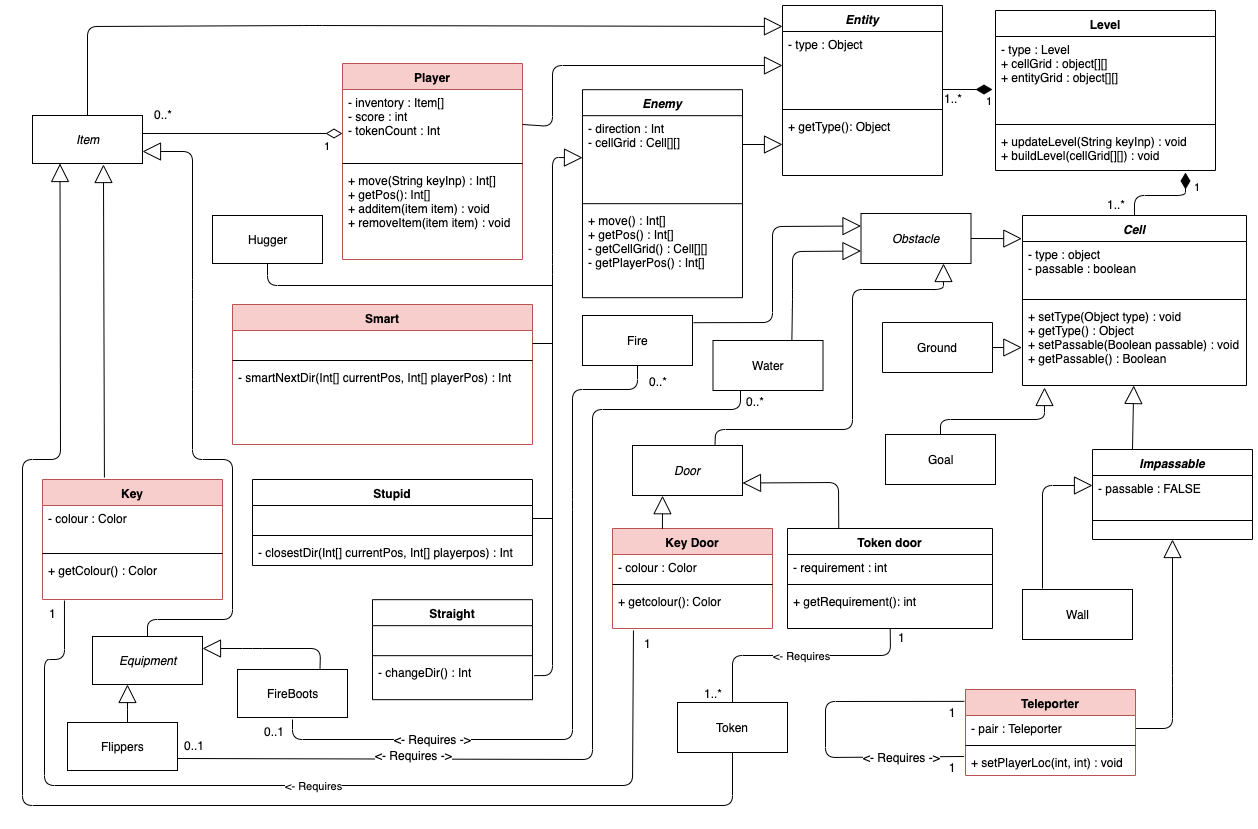
Earlier version of the draw.io export Design Documents/UML_Full.png (ChuksAjeh/CS-230). Source tidied: cells renumbered, new cells last; positions are measured from the earlier drawing's top-left corner, leaving out a move shared by most shapes.
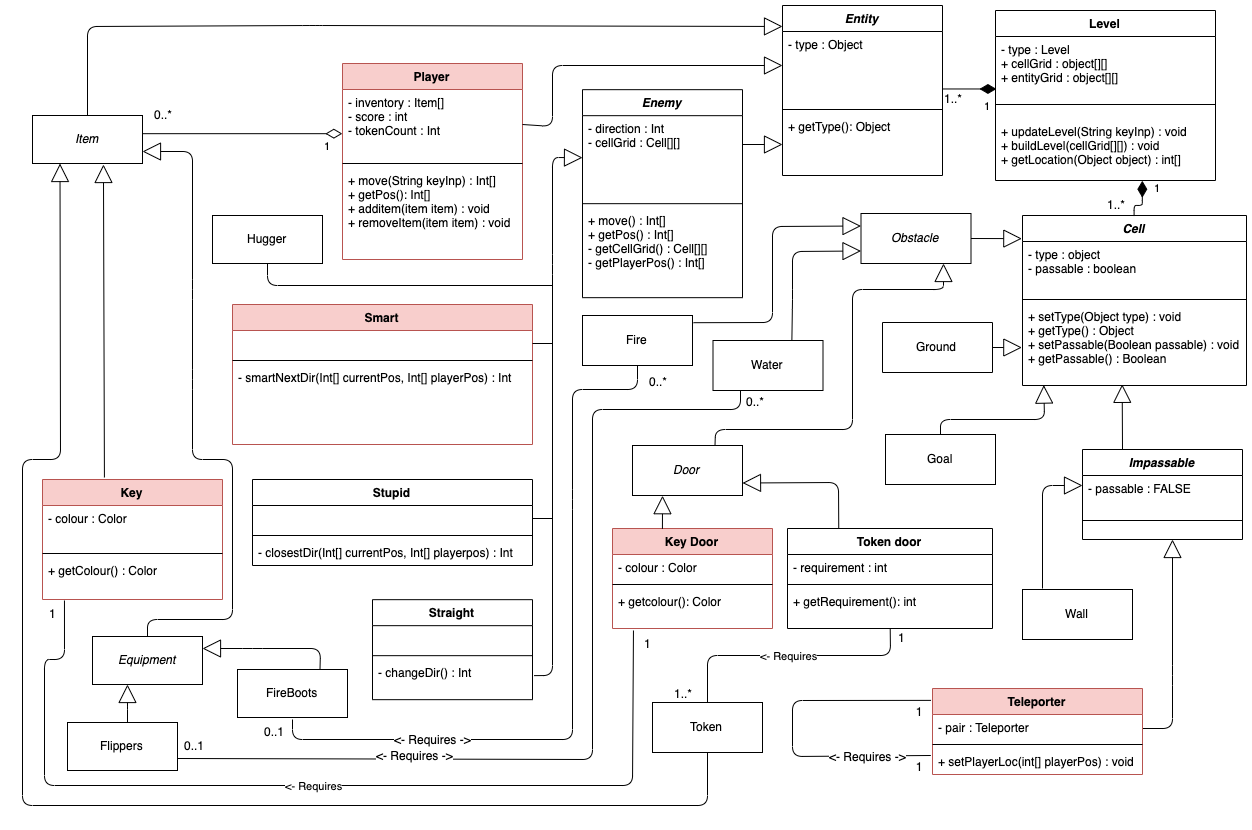
The same diagram one commit later.

Commit message:
Just yawn.

Change to the diagram source:
```diff
@@ -15,7 +15,7 @@
       <mxGeometry y="88" width="224" height="82" as="geometry" />
     </mxCell>
     <mxCell id="6" value="Impassable" style="swimlane;fontStyle=3;align=center;verticalAlign=top;horizontal=1;startSize=26;" parent="1" vertex="1">
-      <mxGeometry x="1070" y="444" width="160" height="90" as="geometry" />
+      <mxGeometry x="1060" y="444" width="160" height="90" as="geometry" />
     </mxCell>
     <mxCell id="7" value="- passable : FALSE" style="text;strokeColor=none;fillColor=none;align=left;verticalAlign=top;spacingLeft=4;spacingRight=4;overflow=hidden;" parent="6" vertex="1">
       <mxGeometry y="26" width="160" height="26" as="geometry" />
@@ -63,16 +63,16 @@
       <mxGeometry y="60" width="160" height="40" as="geometry" />
     </mxCell>
     <mxCell id="22" value="Level" style="swimlane;fontStyle=1;align=center;verticalAlign=top;horizontal=1;startSize=26;" parent="1" vertex="1">
-      <mxGeometry x="973" y="5" width="220" height="160" as="geometry" />
+      <mxGeometry x="973" y="5" width="220" height="170" as="geometry" />
     </mxCell>
     <mxCell id="23" value="- type : Level&#10;+ cellGrid : object[][]&#10;+ entityGrid : object[][]" style="text;strokeColor=none;fillColor=none;align=left;verticalAlign=top;spacingLeft=4;spacingRight=4;overflow=hidden;points=[[0,0.5],[1,0.5]];portConstraint=eastwest;" parent="22" vertex="1">
-      <mxGeometry y="26" width="220" height="84" as="geometry" />
+      <mxGeometry y="26" width="220" height="54" as="geometry" />
     </mxCell>
     <mxCell id="24" style="line;strokeWidth=1;fillColor=none;align=left;verticalAlign=middle;spacingTop=-1;spacingLeft=3;spacingRight=3;labelPosition=right;" parent="22" vertex="1">
-      <mxGeometry y="110" width="220" height="8" as="geometry" />
+      <mxGeometry y="80" width="220" height="28" as="geometry" />
     </mxCell>
-    <mxCell id="25" value="+ updateLevel(String keyInp) : void&#10;+ buildLevel(cellGrid[][]) : void" style="text;strokeColor=none;fillColor=none;align=left;verticalAlign=top;spacingLeft=4;spacingRight=4;overflow=hidden;points=[[0,0.5],[1,0.5]];portConstraint=eastwest;" parent="22" vertex="1">
-      <mxGeometry y="118" width="220" height="42" as="geometry" />
+    <mxCell id="25" value="+ updateLevel(String keyInp) : void&#10;+ buildLevel(cellGrid[][]) : void&#10;+ getLocation(Object object) : int[]" style="text;strokeColor=none;fillColor=none;align=left;verticalAlign=top;spacingLeft=4;spacingRight=4;overflow=hidden;points=[[0,0.5],[1,0.5]];portConstraint=eastwest;" parent="22" vertex="1">
+      <mxGeometry y="108" width="220" height="62" as="geometry" />
     </mxCell>
     <mxCell id="26" value="Player" style="swimlane;fontStyle=1;align=center;verticalAlign=top;horizontal=1;startSize=26;fillColor=#f8cecc;strokeColor=#b85450;" parent="1" vertex="1">
       <mxGeometry x="320" y="58" width="180" height="196" as="geometry" />
@@ -164,22 +164,20 @@
     <mxCell id="55" value="Flippers" style="html=1;" parent="1" vertex="1">
       <mxGeometry x="45" y="717" width="110" height="48" as="geometry" />
     </mxCell>
-    <mxCell id="56" value="1" style="endArrow=none;html=1;endSize=12;startArrow=diamondThin;startSize=14;startFill=1;edgeStyle=orthogonalEdgeStyle;align=left;verticalAlign=bottom;exitX=0.864;exitY=1.038;exitDx=0;exitDy=0;exitPerimeter=0;endFill=0;entryX=0.5;entryY=0;entryDx=0;entryDy=0;" parent="1" edge="1" source="25" target="2">
-      <mxGeometry x="-0.5" y="7" relative="1" as="geometry">
+    <mxCell id="56" value="1" style="endArrow=none;html=1;endSize=12;startArrow=diamondThin;startSize=14;startFill=1;edgeStyle=orthogonalEdgeStyle;align=left;verticalAlign=bottom;endFill=0;entryX=0.5;entryY=0;entryDx=0;entryDy=0;exitX=0.667;exitY=1.013;exitDx=0;exitDy=0;exitPerimeter=0;" parent="1" edge="1" source="25" target="2">
+      <mxGeometry x="-0.3" y="10" relative="1" as="geometry">
         <Array as="points">
-          <mxPoint x="1163" y="190" />
-          <mxPoint x="1112" y="190" />
+          <mxPoint x="1120" y="190" />
+          <mxPoint x="1120" y="200" />
+          <mxPoint x="1112" y="200" />
         </Array>
-        <mxPoint x="7" y="-7" as="offset" />
       </mxGeometry>
     </mxCell>
     <mxCell id="57" value="1..*" style="text;html=1;align=left;verticalAlign=top;spacingTop=-4;" parent="1" vertex="1">
       <mxGeometry x="1083" y="190" width="30" height="10" as="geometry" />
     </mxCell>
-    <mxCell id="58" value="1" style="endArrow=none;html=1;endSize=12;startArrow=diamondThin;startSize=14;startFill=1;edgeStyle=orthogonalEdgeStyle;align=left;verticalAlign=bottom;endFill=0;entryX=1;entryY=0.784;entryDx=0;entryDy=0;entryPerimeter=0;" parent="1" edge="1" target="35">
-      <mxGeometry x="-0.67" y="20" relative="1" as="geometry">
-        <mxPoint x="970" y="84" as="sourcePoint" />
-      </mxGeometry>
+    <mxCell id="58" value="1" style="endArrow=none;html=1;endSize=12;startArrow=diamondThin;startSize=14;startFill=1;edgeStyle=orthogonalEdgeStyle;align=left;verticalAlign=bottom;endFill=0;entryX=1;entryY=0.784;entryDx=0;entryDy=0;entryPerimeter=0;exitX=0.006;exitY=0.98;exitDx=0;exitDy=0;exitPerimeter=0;" parent="1" edge="1" source="23" target="35">
+      <mxGeometry x="-0.47" y="26" relative="1" as="geometry" />
     </mxCell>
     <mxCell id="59" value="1..*" style="text;html=1;align=left;verticalAlign=top;spacingTop=-4;" parent="1" vertex="1">
       <mxGeometry x="920" y="84" width="30" height="10" as="geometry" />
@@ -233,7 +231,7 @@
     <mxCell id="66" value="&amp;lt;- Requires" style="endArrow=none;endFill=0;endSize=12;html=1;exitX=0.5;exitY=0;exitDx=0;exitDy=0;" parent="1" edge="1" source="82" target="17">
       <mxGeometry relative="1" as="geometry">
         <Array as="points">
-          <mxPoint x="710" y="650" />
+          <mxPoint x="685" y="650" />
           <mxPoint x="868" y="650" />
         </Array>
       </mxGeometry>
@@ -303,31 +301,34 @@
         </Array>
       </mxGeometry>
     </mxCell>
-    <mxCell id="75" style="endArrow=block;endSize=16;endFill=0;html=1;exitX=0.5;exitY=0;exitDx=0;exitDy=0;" parent="1" edge="1" source="9">
+    <mxCell id="75" style="endArrow=block;endSize=16;endFill=0;html=1;exitX=0.5;exitY=0;exitDx=0;exitDy=0;entryX=0.095;entryY=0.995;entryDx=0;entryDy=0;entryPerimeter=0;" parent="1" edge="1" source="9" target="5">
       <mxGeometry relative="1" as="geometry">
-        <mxPoint x="1022" y="382" as="targetPoint" />
         <Array as="points">
           <mxPoint x="918" y="414" />
           <mxPoint x="1022" y="414" />
         </Array>
       </mxGeometry>
     </mxCell>
-    <mxCell id="76" style="endArrow=block;endSize=16;endFill=0;html=1;entryX=0.5;entryY=1;entryDx=0;entryDy=0;exitX=1;exitY=0.5;exitDx=0;exitDy=0;" parent="1" edge="1" source="85" target="6">
+    <mxCell id="76" style="endArrow=block;endSize=16;endFill=0;html=1;" parent="1" edge="1">
       <mxGeometry relative="1" as="geometry">
+        <mxPoint x="1120" y="723" as="sourcePoint" />
+        <mxPoint x="1150" y="534" as="targetPoint" />
         <Array as="points">
           <mxPoint x="1150" y="723" />
           <mxPoint x="1150" y="670" />
         </Array>
       </mxGeometry>
     </mxCell>
-    <mxCell id="77" style="endArrow=none;endSize=16;endFill=0;html=1;entryX=0.25;entryY=0;entryDx=0;entryDy=0;startArrow=block;startFill=0;startSize=16;" parent="1" edge="1" source="5" target="6">
-      <mxGeometry relative="1" as="geometry" />
+    <mxCell id="77" style="endArrow=none;endSize=16;endFill=0;html=1;startArrow=block;startFill=0;startSize=16;exitX=0.445;exitY=0.986;exitDx=0;exitDy=0;exitPerimeter=0;" parent="1" edge="1" source="5">
+      <mxGeometry relative="1" as="geometry">
+        <mxPoint x="1100" y="444" as="targetPoint" />
+      </mxGeometry>
     </mxCell>
     <mxCell id="78" value="1" style="text;html=1;align=left;verticalAlign=top;spacingTop=-4;" parent="1" vertex="1">
       <mxGeometry x="873.5" y="623" width="20" height="10" as="geometry" />
     </mxCell>
     <mxCell id="79" value="1..*" style="text;html=1;align=left;verticalAlign=top;spacingTop=-4;" parent="1" vertex="1">
-      <mxGeometry x="680" y="679" width="30" height="10" as="geometry" />
+      <mxGeometry x="650" y="679" width="30" height="10" as="geometry" />
     </mxCell>
     <mxCell id="80" value="1" style="text;html=1;align=left;verticalAlign=top;spacingTop=-4;" parent="1" vertex="1">
       <mxGeometry x="25" y="599" width="20" height="10" as="geometry" />
@@ -336,7 +337,7 @@
       <mxGeometry x="620" y="629" width="20" height="10" as="geometry" />
     </mxCell>
     <mxCell id="82" value="Token" style="html=1;" parent="1" vertex="1">
-      <mxGeometry x="655" y="697" width="110" height="50" as="geometry" />
+      <mxGeometry x="630" y="697" width="110" height="50" as="geometry" />
     </mxCell>
     <mxCell id="83" style="endArrow=none;html=1;endFill=0;endSize=16;startArrow=block;startFill=0;targetPerimeterSpacing=0;startSize=16;entryX=0.5;entryY=1;entryDx=0;entryDy=0;exitX=0.25;exitY=1;exitDx=0;exitDy=0;" parent="1" edge="1" source="104" target="82">
       <mxGeometry relative="1" as="geometry">
@@ -344,21 +345,21 @@
           <mxPoint x="38" y="454" />
           <mxPoint y="454" />
           <mxPoint y="800" />
-          <mxPoint x="710" y="800" />
+          <mxPoint x="685" y="800" />
         </Array>
       </mxGeometry>
     </mxCell>
     <mxCell id="84" value="Teleporter" style="swimlane;fontStyle=1;align=center;verticalAlign=top;horizontal=1;startSize=26;fillColor=#f8cecc;strokeColor=#b85450;" parent="1" vertex="1">
-      <mxGeometry x="943" y="684" width="170" height="86" as="geometry" />
+      <mxGeometry x="910" y="683" width="210" height="86" as="geometry" />
     </mxCell>
     <mxCell id="85" value="- pair : Teleporter" style="text;strokeColor=none;fillColor=none;align=left;verticalAlign=top;spacingLeft=4;spacingRight=4;overflow=hidden;points=[[0,0.5],[1,0.5]];portConstraint=eastwest;" parent="84" vertex="1">
-      <mxGeometry y="26" width="170" height="26" as="geometry" />
+      <mxGeometry y="26" width="210" height="26" as="geometry" />
     </mxCell>
     <mxCell id="86" style="line;strokeWidth=1;fillColor=none;align=left;verticalAlign=middle;spacingTop=-1;spacingLeft=3;spacingRight=3;labelPosition=right;" parent="84" vertex="1">
-      <mxGeometry y="52" width="170" height="8" as="geometry" />
+      <mxGeometry y="52" width="210" height="8" as="geometry" />
     </mxCell>
-    <mxCell id="87" value="+ setPlayerLoc(int, int) : void" style="text;strokeColor=none;fillColor=none;align=left;verticalAlign=top;spacingLeft=4;spacingRight=4;overflow=hidden;points=[[0,0.5],[1,0.5]];portConstraint=eastwest;" parent="84" vertex="1">
-      <mxGeometry y="60" width="170" height="26" as="geometry" />
+    <mxCell id="87" value="+ setPlayerLoc(int[] playerPos) : void" style="text;strokeColor=none;fillColor=none;align=left;verticalAlign=top;spacingLeft=4;spacingRight=4;overflow=hidden;points=[[0,0.5],[1,0.5]];portConstraint=eastwest;" parent="84" vertex="1">
+      <mxGeometry y="60" width="210" height="26" as="geometry" />
     </mxCell>
     <mxCell id="88" style="endArrow=none;html=1;endSize=16;endFill=0;entryX=-0.007;entryY=0.138;entryDx=0;entryDy=0;entryPerimeter=0;exitX=-0.008;exitY=0.269;exitDx=0;exitDy=0;exitPerimeter=0;" parent="84" edge="1" source="87" target="84">
       <mxGeometry relative="1" as="geometry">
@@ -372,10 +373,10 @@
       <mxGeometry x="-0.62" relative="1" as="geometry" />
     </mxCell>
     <mxCell id="90" value="1" style="text;html=1;strokeColor=none;fillColor=none;align=center;verticalAlign=middle;whiteSpace=wrap;rounded=0;" parent="1" vertex="1">
-      <mxGeometry x="909" y="697" width="40" height="20" as="geometry" />
+      <mxGeometry x="876" y="696" width="40" height="20" as="geometry" />
     </mxCell>
     <mxCell id="91" value="1" style="text;html=1;strokeColor=none;fillColor=none;align=center;verticalAlign=middle;whiteSpace=wrap;rounded=0;" parent="1" vertex="1">
-      <mxGeometry x="909" y="752" width="40" height="20" as="geometry" />
+      <mxGeometry x="876" y="751" width="40" height="20" as="geometry" />
     </mxCell>
     <mxCell id="92" style="endArrow=none;html=1;exitX=1;exitY=0.5;exitDx=0;exitDy=0;endFill=0;" parent="1" edge="1" source="43">
       <mxGeometry relative="1" as="geometry">
@@ -459,7 +460,7 @@
     </mxCell>
     <mxCell id="110" style="endArrow=none;endSize=16;endFill=0;html=1;startArrow=block;startFill=0;startSize=16;" parent="1" edge="1">
       <mxGeometry relative="1" as="geometry">
-        <mxPoint x="1070" y="480" as="sourcePoint" />
+        <mxPoint x="1060" y="480" as="sourcePoint" />
         <mxPoint x="1020" y="583" as="targetPoint" />
         <Array as="points">
           <mxPoint x="1020" y="480" />
```
